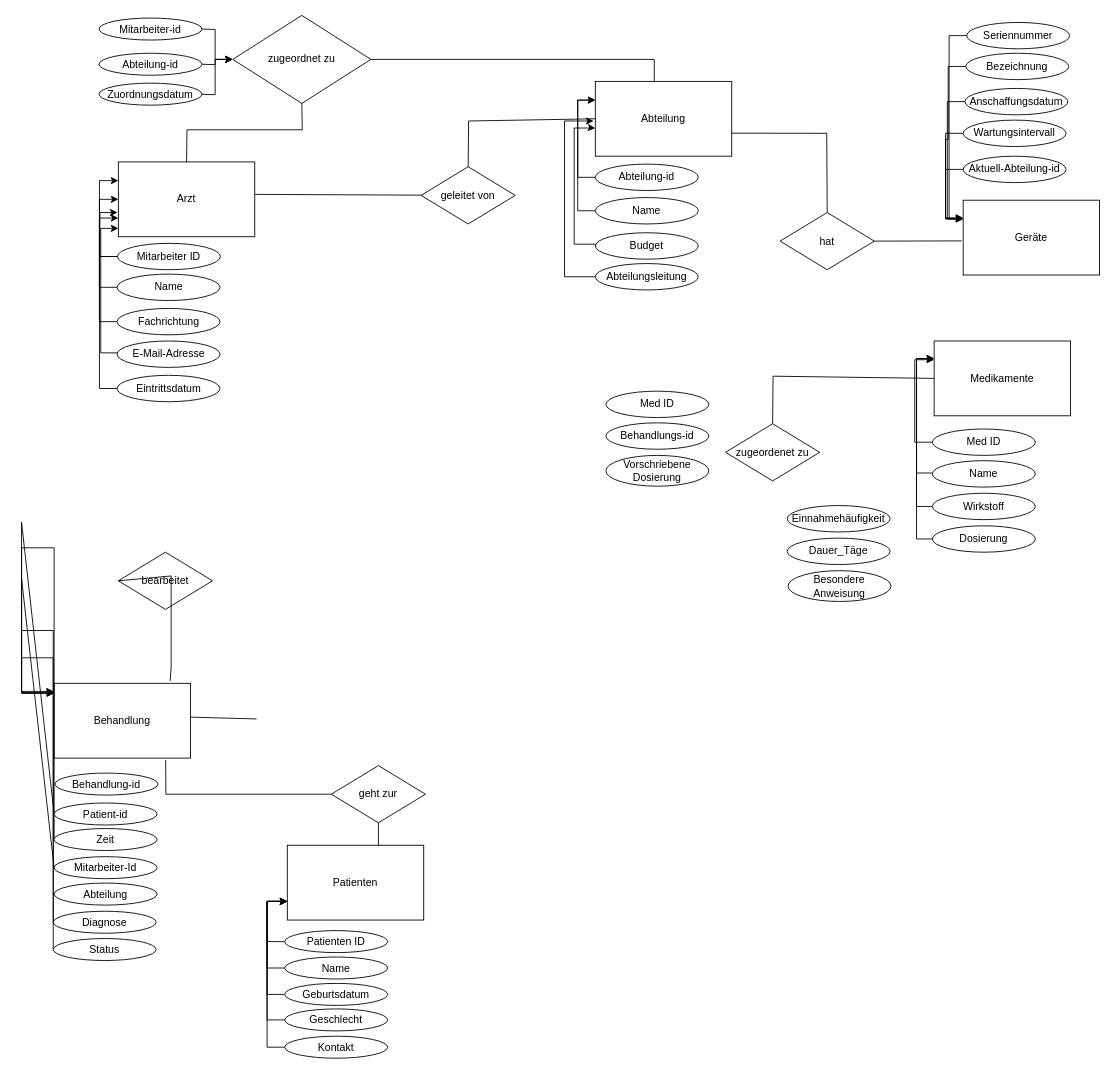
The draw.io diagram aufgabe04/Aufgabe A.drawio in contraintuitiv/datenbanksysteme, before the edit. Source tidied: cells renumbered, new cells numbered last; positions are measured from the earlier drawing's top-left corner, leaving out a move shared by most shapes. Both pictures are drawn from the tidied source at 88%, with x=0, y=0 at pixel (21, 15).
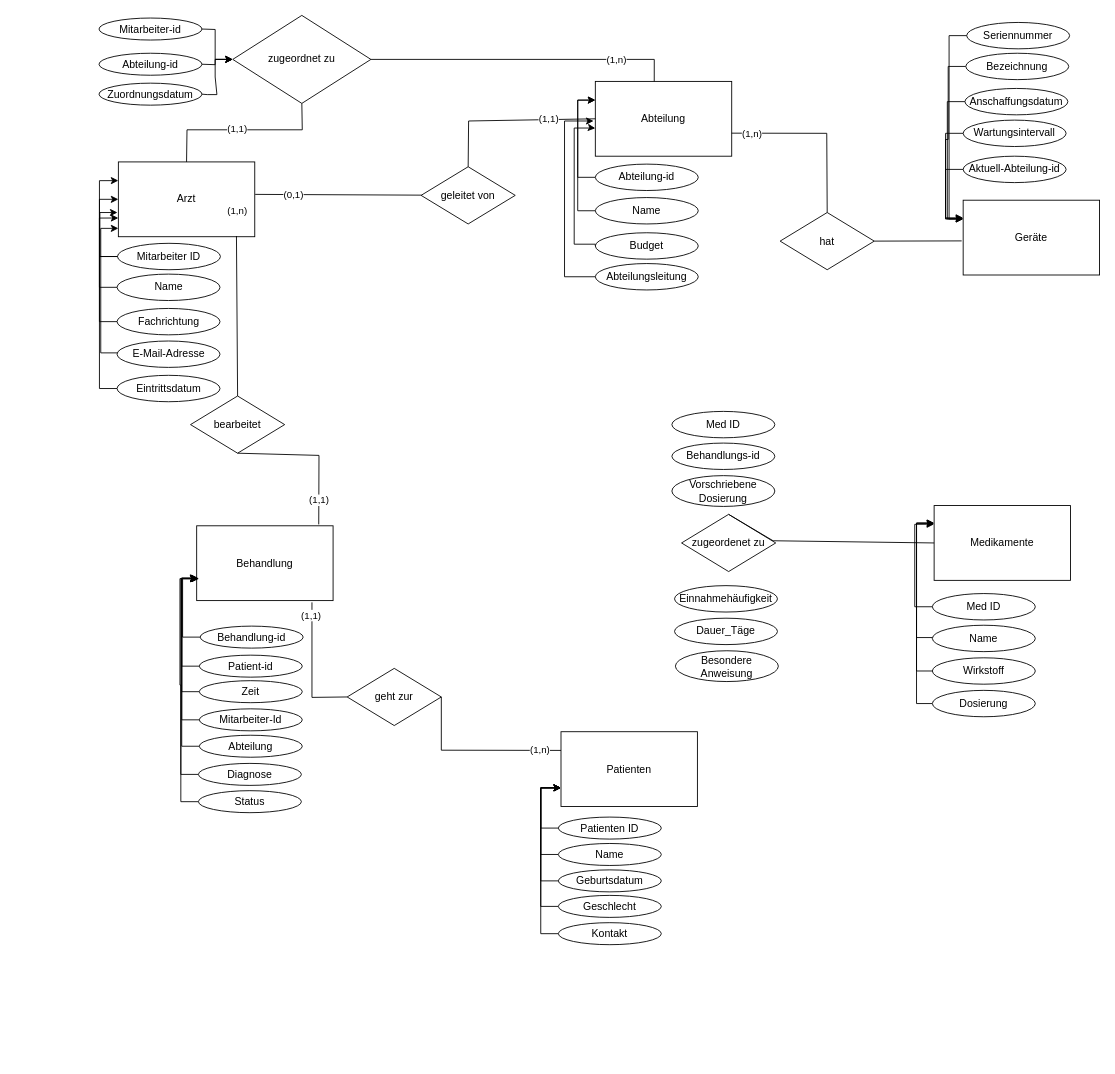
The same diagram, later.

The change refers to these unchanged cells:
```xml
<mxCell id="63" style="endArrow=none;html=1;rounded=0;exitX=1.003;exitY=0.434;exitDx=0;exitDy=0;exitPerimeter=0;" parent="1" edge="1" source="2" target="57">
  <mxGeometry relative="1" as="geometry" />
</mxCell>
<mxCell id="64" style="endArrow=none;html=1;rounded=0;exitX=0.5;exitY=0;exitDx=0;exitDy=0;entryX=0;entryY=0.5;entryDx=0;entryDy=0;" parent="1" edge="1" source="57" target="30">
  <mxGeometry relative="1" as="geometry">
    <Array as="points">
      <mxPoint x="508" y="120" />
    </Array>
  </mxGeometry>
</mxCell>
<mxCell id="66" value="zugeordnet zu" style="rhombus;whiteSpace=wrap;html=1;" parent="1" vertex="1">
  <mxGeometry x="240" width="157" height="100" as="geometry" />
</mxCell>
<mxCell id="67" style="endArrow=none;html=1;rounded=0;exitX=0.5;exitY=0;exitDx=0;exitDy=0;entryX=0.5;entryY=1;entryDx=0;entryDy=0;" parent="1" edge="1" source="2" target="66">
  <mxGeometry relative="1" as="geometry">
    <Array as="points">
      <mxPoint x="188" y="130" />
      <mxPoint x="319" y="130" />
    </Array>
  </mxGeometry>
</mxCell>
<mxCell id="68" style="endArrow=none;html=1;rounded=0;exitX=1;exitY=0.5;exitDx=0;exitDy=0;entryX=0.432;entryY=0;entryDx=0;entryDy=0;entryPerimeter=0;" parent="1" edge="1" source="66" target="30">
  <mxGeometry relative="1" as="geometry">
    <Array as="points">
      <mxPoint x="719" y="50" />
    </Array>
  </mxGeometry>
</mxCell>
<mxCell id="84" style="endArrow=none;html=1;rounded=0;exitX=0.5;exitY=0;exitDx=0;exitDy=0;entryX=0.999;entryY=0.692;entryDx=0;entryDy=0;entryPerimeter=0;" parent="1" edge="1" source="83" target="30">
  <mxGeometry relative="1" as="geometry">
    <Array as="points">
      <mxPoint x="915" y="134" />
    </Array>
  </mxGeometry>
</mxCell>
<mxCell id="88" value="Zuordnungsdatum" style="ellipse;whiteSpace=wrap;html=1;" parent="1" vertex="1">
  <mxGeometry x="88" y="77" width="117" height="25" as="geometry" />
</mxCell>
```

The edit, as a diff of the source:
```diff
@@
     <mxCell id="12" value="Patienten" style="rounded=0;whiteSpace=wrap;html=1;" parent="1" vertex="1">
-      <mxGeometry x="302" y="943" width="155" height="85" as="geometry" />
+      <mxGeometry x="613" y="814" width="155" height="85" as="geometry" />
     </mxCell>
@@
     <mxCell id="14" value="Patienten ID" style="ellipse;whiteSpace=wrap;html=1;" parent="1" vertex="1">
-      <mxGeometry x="299" y="1040" width="117" height="25" as="geometry" />
+      <mxGeometry x="610" y="911" width="117" height="25" as="geometry" />
     </mxCell>
@@
     <mxCell id="16" value="Name" style="ellipse;whiteSpace=wrap;html=1;" parent="1" vertex="1">
-      <mxGeometry x="299" y="1070" width="117" height="25" as="geometry" />
+      <mxGeometry x="610" y="941" width="117" height="25" as="geometry" />
     </mxCell>
@@
     <mxCell id="18" value="Geburtsdatum" style="ellipse;whiteSpace=wrap;html=1;" parent="1" vertex="1">
-      <mxGeometry x="299" y="1100" width="117" height="25" as="geometry" />
+      <mxGeometry x="610" y="971" width="117" height="25" as="geometry" />
     </mxCell>
@@
     <mxCell id="20" value="Geschlecht" style="ellipse;whiteSpace=wrap;html=1;" parent="1" vertex="1">
-      <mxGeometry x="299" y="1129" width="117" height="25" as="geometry" />
+      <mxGeometry x="610" y="1000" width="117" height="25" as="geometry" />
     </mxCell>
@@
     <mxCell id="22" value="Kontakt" style="ellipse;whiteSpace=wrap;html=1;" parent="1" vertex="1">
-      <mxGeometry x="299" y="1160" width="117" height="25" as="geometry" />
+      <mxGeometry x="610" y="1031" width="117" height="25" as="geometry" />
     </mxCell>
     <mxCell id="23" value="Behandlung" style="rounded=0;whiteSpace=wrap;html=1;" parent="1" vertex="1">
-      <mxGeometry x="37" y="759" width="155" height="85" as="geometry" />
+      <mxGeometry x="199" y="580" width="155" height="85" as="geometry" />
     </mxCell>
-    <mxCell id="24" style="edgeStyle=orthogonalEdgeStyle;rounded=0;jettySize=auto;html=1;exitX=0;exitY=0.5;exitDx=0;exitDy=0;entryX=-0.003;entryY=0.108;entryDx=0;entryDy=0;entryPerimeter=0;" parent="1" edge="1" source="25" target="23">
-      <mxGeometry relative="1" as="geometry">
-        <Array as="points">
-          <mxPoint y="605" />
-          <mxPoint y="768" />
-        </Array>
-      </mxGeometry>
-    </mxCell>
+    <mxCell id="95" style="edgeStyle=orthogonalEdgeStyle;rounded=0;jettySize=auto;html=1;exitX=0;exitY=0.5;exitDx=0;exitDy=0;" parent="1" edge="1" source="25">
+      <mxGeometry relative="1" as="geometry">
+        <mxPoint x="200" y="640" as="targetPoint" />
+        <Array as="points">
+          <mxPoint x="182" y="769" />
+          <mxPoint x="182" y="640" />
+        </Array>
+      </mxGeometry>
+    </mxCell>
     <mxCell id="25" value="Zeit" style="ellipse;whiteSpace=wrap;html=1;" parent="1" vertex="1">
-      <mxGeometry x="37" y="924" width="117" height="25" as="geometry" />
+      <mxGeometry x="202" y="756" width="117" height="25" as="geometry" />
     </mxCell>
-    <mxCell id="26" style="edgeStyle=orthogonalEdgeStyle;rounded=0;jettySize=auto;html=1;exitX=0;exitY=0.5;exitDx=0;exitDy=0;" parent="1" edge="1" source="27" target="23">
-      <mxGeometry relative="1" as="geometry">
-        <Array as="points">
-          <mxPoint y="699" />
-          <mxPoint y="770" />
-        </Array>
-      </mxGeometry>
-    </mxCell>
+    <mxCell id="96" style="edgeStyle=orthogonalEdgeStyle;rounded=0;jettySize=auto;html=1;exitX=0;exitY=0.5;exitDx=0;exitDy=0;" parent="1" edge="1" source="27">
+      <mxGeometry relative="1" as="geometry">
+        <mxPoint x="200.7" y="640" as="targetPoint" />
+        <Array as="points">
+          <mxPoint x="181" y="863" />
+          <mxPoint x="181" y="640" />
+        </Array>
+      </mxGeometry>
+    </mxCell>
     <mxCell id="27" value="Diagnose" style="ellipse;whiteSpace=wrap;html=1;" parent="1" vertex="1">
-      <mxGeometry x="36" y="1018" width="117" height="25" as="geometry" />
+      <mxGeometry x="201" y="850" width="117" height="25" as="geometry" />
     </mxCell>
-    <mxCell id="28" style="edgeStyle=orthogonalEdgeStyle;rounded=0;jettySize=auto;html=1;exitX=0;exitY=0.5;exitDx=0;exitDy=0;" parent="1" edge="1" source="29" target="23">
-      <mxGeometry relative="1" as="geometry">
-        <Array as="points">
-          <mxPoint y="730" />
-          <mxPoint y="770" />
-        </Array>
-      </mxGeometry>
-    </mxCell>
+    <mxCell id="97" style="edgeStyle=orthogonalEdgeStyle;rounded=0;jettySize=auto;html=1;exitX=0;exitY=0.5;exitDx=0;exitDy=0;" parent="1" edge="1" source="29">
+      <mxGeometry relative="1" as="geometry">
+        <mxPoint x="200.7" y="640" as="targetPoint" />
+        <Array as="points">
+          <mxPoint x="181" y="893" />
+          <mxPoint x="181" y="761" />
+          <mxPoint x="180" y="761" />
+          <mxPoint x="180" y="640" />
+        </Array>
+      </mxGeometry>
+    </mxCell>
     <mxCell id="29" value="Status" style="ellipse;whiteSpace=wrap;html=1;" parent="1" vertex="1">
-      <mxGeometry x="36" y="1049" width="117" height="25" as="geometry" />
+      <mxGeometry x="201" y="881" width="117" height="25" as="geometry" />
     </mxCell>
@@
     <mxCell id="40" value="Medikamente" style="rounded=0;whiteSpace=wrap;html=1;" parent="1" vertex="1">
-      <mxGeometry x="1037" y="370" width="155" height="85" as="geometry" />
+      <mxGeometry x="1037" y="557" width="155" height="85" as="geometry" />
     </mxCell>
@@
     <mxCell id="50" value="Med ID" style="ellipse;whiteSpace=wrap;html=1;" parent="1" vertex="1">
-      <mxGeometry x="1035" y="470" width="117" height="30" as="geometry" />
+      <mxGeometry x="1035" y="657" width="117" height="30" as="geometry" />
     </mxCell>
     <mxCell id="51" style="edgeStyle=orthogonalEdgeStyle;rounded=0;jettySize=auto;html=1;exitX=0;exitY=0.5;exitDx=0;exitDy=0;" parent="1" edge="1" source="52">
       <mxGeometry relative="1" as="geometry">
-        <mxPoint x="1037" y="390" as="targetPoint" />
+        <mxPoint x="1037" y="577" as="targetPoint" />
         <Array as="points">
-          <mxPoint x="1017" y="520" />
-          <mxPoint x="1017" y="390" />
-          <mxPoint x="1037" y="390" />
+          <mxPoint x="1017" y="707" />
+          <mxPoint x="1017" y="577" />
+          <mxPoint x="1037" y="577" />
         </Array>
       </mxGeometry>
     </mxCell>
     <mxCell id="52" value="Name" style="ellipse;whiteSpace=wrap;html=1;" parent="1" vertex="1">
-      <mxGeometry x="1035" y="506" width="117" height="30" as="geometry" />
+      <mxGeometry x="1035" y="693" width="117" height="30" as="geometry" />
     </mxCell>
     <mxCell id="53" style="edgeStyle=orthogonalEdgeStyle;rounded=0;jettySize=auto;html=1;exitX=0;exitY=0.5;exitDx=0;exitDy=0;" parent="1" edge="1" source="54">
       <mxGeometry relative="1" as="geometry">
-        <mxPoint x="1037" y="390" as="targetPoint" />
+        <mxPoint x="1037" y="577" as="targetPoint" />
         <Array as="points">
-          <mxPoint x="1017" y="558" />
-          <mxPoint x="1017" y="390" />
-          <mxPoint x="1037" y="390" />
+          <mxPoint x="1017" y="745" />
+          <mxPoint x="1017" y="577" />
+          <mxPoint x="1037" y="577" />
         </Array>
       </mxGeometry>
     </mxCell>
     <mxCell id="54" value="Wirkstoff" style="ellipse;whiteSpace=wrap;html=1;" parent="1" vertex="1">
-      <mxGeometry x="1035" y="543" width="117" height="30" as="geometry" />
+      <mxGeometry x="1035" y="730" width="117" height="30" as="geometry" />
     </mxCell>
     <mxCell id="55" style="edgeStyle=orthogonalEdgeStyle;rounded=0;jettySize=auto;html=1;exitX=0;exitY=0.5;exitDx=0;exitDy=0;" parent="1" edge="1" source="56">
       <mxGeometry relative="1" as="geometry">
-        <mxPoint x="1037" y="390" as="targetPoint" />
+        <mxPoint x="1037" y="577" as="targetPoint" />
         <Array as="points">
-          <mxPoint x="1017" y="595" />
-          <mxPoint x="1017" y="390" />
+          <mxPoint x="1017" y="782" />
+          <mxPoint x="1017" y="577" />
         </Array>
       </mxGeometry>
     </mxCell>
     <mxCell id="56" value="Dosierung" style="ellipse;whiteSpace=wrap;html=1;" parent="1" vertex="1">
-      <mxGeometry x="1035" y="580" width="117" height="30" as="geometry" />
+      <mxGeometry x="1035" y="767" width="117" height="30" as="geometry" />
     </mxCell>
@@
+    <mxCell id="98" style="edgeStyle=orthogonalEdgeStyle;rounded=0;jettySize=auto;html=1;exitX=0;exitY=0.5;exitDx=0;exitDy=0;" parent="1" edge="1" source="58">
+      <mxGeometry relative="1" as="geometry">
+        <mxPoint x="201.8" y="640" as="targetPoint" />
+        <Array as="points">
+          <mxPoint x="182" y="740" />
+          <mxPoint x="182" y="640" />
+        </Array>
+      </mxGeometry>
+    </mxCell>
     <mxCell id="58" value="Patient-id" style="ellipse;whiteSpace=wrap;html=1;" parent="1" vertex="1">
-      <mxGeometry x="37" y="895" width="117" height="25" as="geometry" />
+      <mxGeometry x="202" y="727" width="117" height="25" as="geometry" />
     </mxCell>
-    <mxCell id="59" style="endArrow=classic;html=1;rounded=0;exitX=0;exitY=0.5;exitDx=0;exitDy=0;" parent="1" edge="1" source="58">
-      <mxGeometry relative="1" as="geometry">
-        <mxPoint x="37" y="770" as="targetPoint" />
-        <Array as="points">
-          <mxPoint y="576" />
-          <mxPoint y="670" />
-          <mxPoint y="770" />
-        </Array>
-      </mxGeometry>
-    </mxCell>
+    <mxCell id="99" style="edgeStyle=orthogonalEdgeStyle;rounded=0;jettySize=auto;html=1;exitX=0;exitY=0.5;exitDx=0;exitDy=0;" parent="1" edge="1" source="60">
+      <mxGeometry relative="1" as="geometry">
+        <mxPoint x="200" y="640" as="targetPoint" />
+        <Array as="points">
+          <mxPoint x="182" y="800" />
+          <mxPoint x="182" y="640" />
+          <mxPoint x="200" y="640" />
+        </Array>
+      </mxGeometry>
+    </mxCell>
     <mxCell id="60" value="Mitarbeiter-Id" style="ellipse;whiteSpace=wrap;html=1;" parent="1" vertex="1">
-      <mxGeometry x="37" y="956" width="117" height="25" as="geometry" />
+      <mxGeometry x="202" y="788" width="117" height="25" as="geometry" />
     </mxCell>
+    <mxCell id="100" style="edgeStyle=orthogonalEdgeStyle;rounded=0;jettySize=auto;html=1;exitX=0;exitY=0.5;exitDx=0;exitDy=0;" parent="1" edge="1" source="61">
+      <mxGeometry relative="1" as="geometry">
+        <mxPoint x="200" y="639.1" as="targetPoint" />
+        <Array as="points">
+          <mxPoint x="182" y="830" />
+          <mxPoint x="182" y="639" />
+        </Array>
+      </mxGeometry>
+    </mxCell>
     <mxCell id="61" value="Abteilung" style="ellipse;whiteSpace=wrap;html=1;" parent="1" vertex="1">
-      <mxGeometry x="37" y="986" width="117" height="25" as="geometry" />
+      <mxGeometry x="202" y="818" width="117" height="25" as="geometry" />
     </mxCell>
-    <mxCell id="62" style="endArrow=classic;html=1;rounded=0;exitX=0;exitY=0.5;exitDx=0;exitDy=0;entryX=0.001;entryY=0.13;entryDx=0;entryDy=0;entryPerimeter=0;" parent="1" edge="1" source="60" target="23">
-      <mxGeometry relative="1" as="geometry">
-        <Array as="points">
-          <mxPoint y="640" />
-          <mxPoint y="770" />
-          <mxPoint x="20" y="770" />
-        </Array>
-      </mxGeometry>
-    </mxCell>
@@
+    <mxCell id="101" value="(0,1)" style="edgeLabel;html=1;align=center;verticalAlign=middle;" parent="63" vertex="1">
+      <mxGeometry x="-0.55" relative="1" as="geometry" />
+    </mxCell>
@@
+    <mxCell id="102" value="(1,1)" style="edgeLabel;html=1;align=center;verticalAlign=middle;" parent="64" vertex="1">
+      <mxGeometry x="0.46" y="1" relative="1" as="geometry" />
+    </mxCell>
@@
+    <mxCell id="103" value="(1,1)" style="edgeLabel;html=1;align=center;verticalAlign=middle;" parent="67" vertex="1">
+      <mxGeometry x="-0.06" y="2" relative="1" as="geometry" />
+    </mxCell>
@@
+    <mxCell id="104" value="(1,n)" style="edgeLabel;html=1;align=center;verticalAlign=middle;" parent="68" vertex="1">
+      <mxGeometry x="0.6" relative="1" as="geometry" />
+    </mxCell>
     <mxCell id="69" value="bearbeitet" style="rhombus;whiteSpace=wrap;html=1;" parent="1" vertex="1">
-      <mxGeometry x="110" y="610" width="107" height="65" as="geometry" />
+      <mxGeometry x="192" y="432.5" width="107" height="65" as="geometry" />
     </mxCell>
-    <mxCell id="70" style="endArrow=none;html=1;rounded=0;entryX=0;entryY=0.5;entryDx=0;entryDy=0;exitX=0.851;exitY=-0.032;exitDx=0;exitDy=0;exitPerimeter=0;" parent="1" edge="1" source="23" target="69">
+    <mxCell id="70" style="endArrow=none;html=1;rounded=0;entryX=0.5;entryY=1;entryDx=0;entryDy=0;exitX=0.895;exitY=-0.019;exitDx=0;exitDy=0;exitPerimeter=0;" parent="1" edge="1">
       <mxGeometry relative="1" as="geometry">
+        <mxPoint x="337.7" y="578.4" as="sourcePoint" />
+        <mxPoint x="245.5" y="497.5" as="targetPoint" />
         <Array as="points">
-          <mxPoint x="170" y="740" />
-          <mxPoint x="170" y="637" />
+          <mxPoint x="338" y="500" />
         </Array>
       </mxGeometry>
     </mxCell>
-    <mxCell id="71" style="endArrow=none;html=1;rounded=0;exitX=1.002;exitY=0.452;exitDx=0;exitDy=0;exitPerimeter=0;entryX=0;entryY=0.5;entryDx=0;entryDy=0;" parent="1" edge="1" source="23">
-      <mxGeometry relative="1" as="geometry">
-        <mxPoint x="267" y="799.5" as="targetPoint" />
-      </mxGeometry>
-    </mxCell>
+    <mxCell id="105" value="(1,1)" style="edgeLabel;html=1;align=center;verticalAlign=middle;" parent="70" vertex="1">
+      <mxGeometry x="-0.69" y="-1" relative="1" as="geometry">
+        <mxPoint x="-1" y="-2" as="offset" />
+      </mxGeometry>
+    </mxCell>
     <mxCell id="72" value="Med ID" style="ellipse;whiteSpace=wrap;html=1;" parent="1" vertex="1">
-      <mxGeometry x="664" y="427" width="117" height="30" as="geometry" />
+      <mxGeometry x="739" y="450" width="117" height="30" as="geometry" />
     </mxCell>
     <mxCell id="73" value="Behandlungs-id" style="ellipse;whiteSpace=wrap;html=1;" parent="1" vertex="1">
-      <mxGeometry x="664" y="463" width="117" height="30" as="geometry" />
+      <mxGeometry x="739" y="486" width="117" height="30" as="geometry" />
     </mxCell>
     <mxCell id="74" value="Vorschriebene Dosierung" style="ellipse;whiteSpace=wrap;html=1;" parent="1" vertex="1">
-      <mxGeometry x="664" y="500" width="117" height="35" as="geometry" />
+      <mxGeometry x="739" y="523" width="117" height="35" as="geometry" />
     </mxCell>
     <mxCell id="75" value="Einnahmehäufigkeit" style="ellipse;whiteSpace=wrap;html=1;" parent="1" vertex="1">
-      <mxGeometry x="870" y="557" width="117" height="30" as="geometry" />
+      <mxGeometry x="742" y="648" width="117" height="30" as="geometry" />
     </mxCell>
     <mxCell id="76" value="Dauer_Täge" style="ellipse;whiteSpace=wrap;html=1;" parent="1" vertex="1">
-      <mxGeometry x="870" y="594" width="117" height="30" as="geometry" />
+      <mxGeometry x="742" y="685" width="117" height="30" as="geometry" />
     </mxCell>
     <mxCell id="77" value="Besondere Anweisung" style="ellipse;whiteSpace=wrap;html=1;" parent="1" vertex="1">
-      <mxGeometry x="871" y="631" width="117" height="35" as="geometry" />
+      <mxGeometry x="743" y="722" width="117" height="35" as="geometry" />
     </mxCell>
     <mxCell id="78" value="zugeordenet zu" style="rhombus;whiteSpace=wrap;html=1;" parent="1" vertex="1">
-      <mxGeometry x="800" y="464" width="107" height="65" as="geometry" />
+      <mxGeometry x="750" y="567" width="107" height="65" as="geometry" />
     </mxCell>
     <mxCell id="79" style="endArrow=none;html=1;rounded=0;entryX=0;entryY=0.5;entryDx=0;entryDy=0;exitX=0.5;exitY=0;exitDx=0;exitDy=0;" parent="1" edge="1" source="78" target="40">
       <mxGeometry relative="1" as="geometry">
         <Array as="points">
-          <mxPoint x="854" y="410" />
+          <mxPoint x="854" y="597" />
         </Array>
       </mxGeometry>
     </mxCell>
     <mxCell id="80" value="geht zur" style="rhombus;whiteSpace=wrap;html=1;" parent="1" vertex="1">
-      <mxGeometry x="352" y="852.5" width="107" height="65" as="geometry" />
+      <mxGeometry x="370" y="742" width="107" height="65" as="geometry" />
     </mxCell>
-    <mxCell id="81" style="endArrow=none;html=1;rounded=0;entryX=0.818;entryY=1.025;entryDx=0;entryDy=0;entryPerimeter=0;exitX=0;exitY=0.5;exitDx=0;exitDy=0;" parent="1" edge="1" source="80" target="23">
+    <mxCell id="81" style="endArrow=none;html=1;rounded=0;exitX=0;exitY=0.5;exitDx=0;exitDy=0;" parent="1" edge="1" source="80">
       <mxGeometry relative="1" as="geometry">
+        <mxPoint x="330" y="667" as="targetPoint" />
         <Array as="points">
-          <mxPoint x="164" y="885" />
+          <mxPoint x="330" y="775" />
         </Array>
       </mxGeometry>
     </mxCell>
+    <mxCell id="106" value="(1,1)" style="edgeLabel;html=1;align=center;verticalAlign=middle;" parent="81" vertex="1">
+      <mxGeometry x="0.81" y="2" relative="1" as="geometry" />
+    </mxCell>
-    <mxCell id="82" style="endArrow=none;html=1;rounded=0;exitX=0.668;exitY=0.006;exitDx=0;exitDy=0;exitPerimeter=0;entryX=0.5;entryY=1;entryDx=0;entryDy=0;" parent="1" edge="1" source="12" target="80">
-      <mxGeometry relative="1" as="geometry" />
+    <mxCell id="82" style="endArrow=none;html=1;rounded=0;exitX=0;exitY=0.25;exitDx=0;exitDy=0;entryX=1;entryY=0.5;entryDx=0;entryDy=0;" parent="1" edge="1" source="12" target="80">
+      <mxGeometry relative="1" as="geometry">
+        <Array as="points">
+          <mxPoint x="477" y="835" />
+        </Array>
+      </mxGeometry>
     </mxCell>
+    <mxCell id="107" value="(1,n)" style="edgeLabel;html=1;align=center;verticalAlign=middle;" parent="82" vertex="1">
+      <mxGeometry x="-0.75" y="-1" relative="1" as="geometry" />
+    </mxCell>
@@
+    <mxCell id="108" value="(1,n)" style="edgeLabel;html=1;align=center;verticalAlign=middle;" parent="84" vertex="1">
+      <mxGeometry x="0.77" y="1" relative="1" as="geometry" />
+    </mxCell>
+    <mxCell id="109" style="edgeStyle=orthogonalEdgeStyle;rounded=0;jettySize=auto;html=1;exitX=0;exitY=0.5;exitDx=0;exitDy=0;" parent="1" edge="1" source="85">
+      <mxGeometry relative="1" as="geometry">
+        <mxPoint x="200" y="640" as="targetPoint" />
+        <Array as="points">
+          <mxPoint x="183" y="707" />
+          <mxPoint x="183" y="640" />
+          <mxPoint x="199" y="640" />
+        </Array>
+      </mxGeometry>
+    </mxCell>
     <mxCell id="85" value="Behandlung-id" style="ellipse;whiteSpace=wrap;html=1;" parent="1" vertex="1">
-      <mxGeometry x="38" y="861" width="117" height="25" as="geometry" />
+      <mxGeometry x="203" y="694" width="117" height="25" as="geometry" />
     </mxCell>
@@
     <mxCell id="91" style="endArrow=classic;html=1;rounded=0;exitX=1;exitY=0.5;exitDx=0;exitDy=0;entryX=0;entryY=0.5;entryDx=0;entryDy=0;" parent="1" edge="1" source="88" target="66">
       <mxGeometry relative="1" as="geometry">
         <Array as="points">
           <mxPoint x="211" y="90" />
-          <mxPoint x="220" y="90" />
+          <mxPoint x="222" y="90" />
           <mxPoint x="220" y="70" />
           <mxPoint x="220" y="50" />
         </Array>
       </mxGeometry>
     </mxCell>
@@
+    <mxCell id="110" style="endArrow=none;html=1;rounded=0;exitX=0.5;exitY=0;exitDx=0;exitDy=0;entryX=0.866;entryY=0.991;entryDx=0;entryDy=0;entryPerimeter=0;" parent="1" edge="1" source="69">
+      <mxGeometry relative="1" as="geometry">
+        <mxPoint x="244.2" y="250.7" as="targetPoint" />
+      </mxGeometry>
+    </mxCell>
+    <mxCell id="111" value="(1,n)" style="edgeLabel;html=1;align=center;verticalAlign=middle;" parent="110" vertex="1">
+      <mxGeometry x="-0.54" y="-1" relative="1" as="geometry">
+        <mxPoint x="-2" y="-169" as="offset" />
+      </mxGeometry>
+    </mxCell>
```
